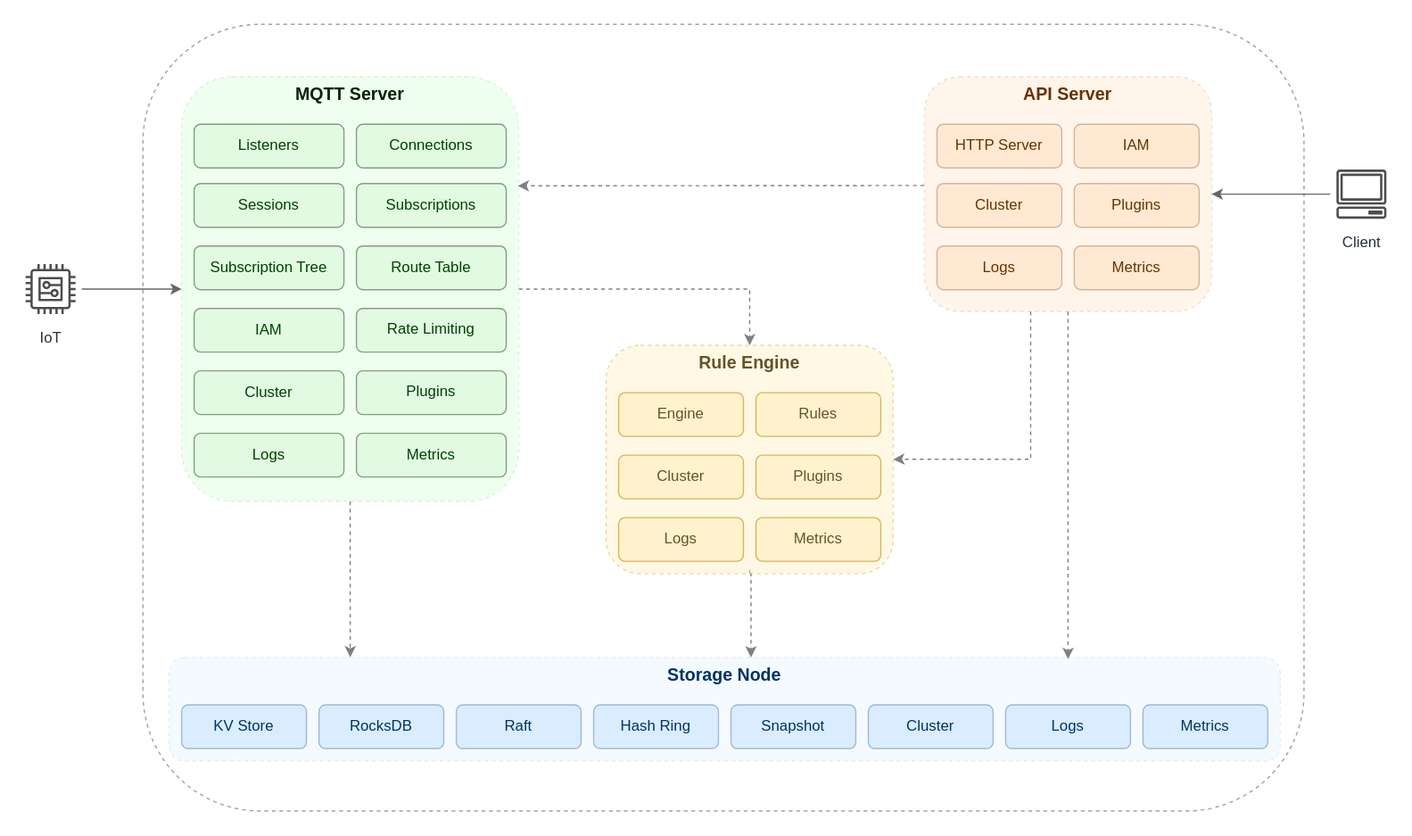
gsalomao/maxmq keeps this draw.io diagram as docs/assets/architecture.svg. Above is the earlier version. Source tidied: cells renumbered, new cells last; positions are measured from the earlier drawing's top-left corner, leaving out a move shared by most shapes.
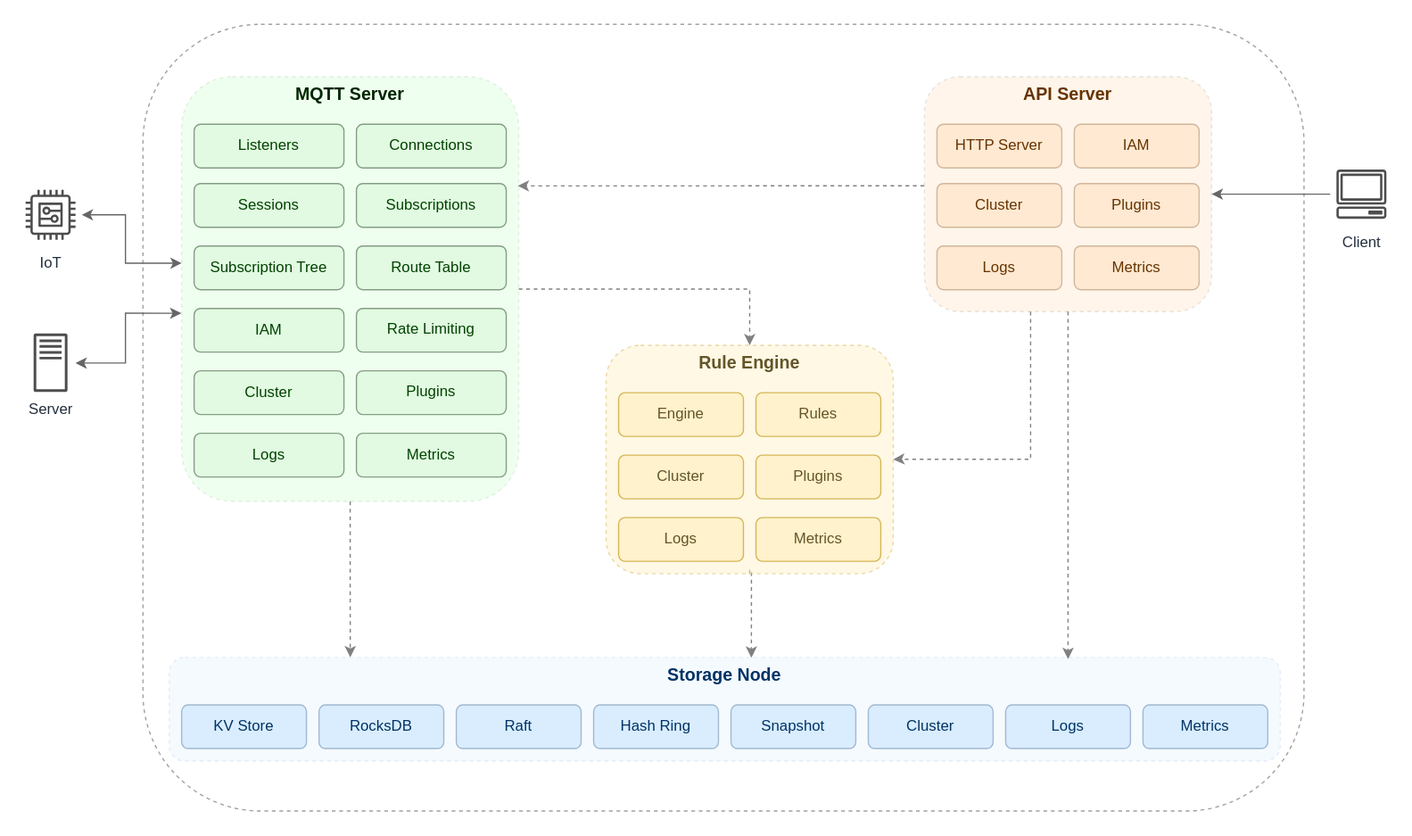
The same file after the commit.

Change to the diagram source:
```diff
@@ -6,7 +6,7 @@
       <mxGeometry width="1130" height="667.5" as="geometry" />
     </mxCell>
     <mxCell id="3" value="IoT" style="sketch=0;outlineConnect=0;fontColor=#232F3E;gradientColor=none;strokeColor=#4D4D4D;fillColor=default;dashed=0;verticalLabelPosition=bottom;verticalAlign=top;align=center;html=1;fontSize=12;fontStyle=0;shape=mxgraph.aws4.resourceIcon;resIcon=mxgraph.aws4.generic;" parent="1" vertex="1">
-      <mxGeometry x="15" y="205.8" width="50" height="50" as="geometry" />
+      <mxGeometry x="15" y="146.2" width="50" height="50" as="geometry" />
     </mxCell>
     <mxCell id="4" value="Client" style="sketch=0;outlineConnect=0;fontColor=#232F3E;gradientColor=none;strokeColor=#4D4D4D;fillColor=default;dashed=0;verticalLabelPosition=bottom;verticalAlign=top;align=center;html=1;fontSize=12;fontStyle=0;shape=mxgraph.aws4.resourceIcon;resIcon=mxgraph.aws4.client;rounded=1;" parent="1" vertex="1">
       <mxGeometry x="1065" y="129.8" width="50" height="50" as="geometry" />
@@ -157,8 +157,15 @@
     <mxCell id="49" style="edgeStyle=orthogonalEdgeStyle;rounded=0;jettySize=auto;html=1;entryX=1;entryY=0.5;entryDx=0;entryDy=0;fontSize=8;fontColor=#454545;strokeColor=#666666;" parent="1" edge="1" source="4" target="12">
       <mxGeometry relative="1" as="geometry" />
     </mxCell>
-    <mxCell id="50" style="edgeStyle=orthogonalEdgeStyle;rounded=0;jettySize=auto;html=1;entryX=0;entryY=0.5;entryDx=0;entryDy=0;strokeColor=#666666;fontSize=8;fontColor=#002400;startArrow=none;startFill=0;" parent="1" edge="1" source="3" target="7">
-      <mxGeometry relative="1" as="geometry" />
+    <mxCell id="50" style="edgeStyle=orthogonalEdgeStyle;rounded=0;jettySize=auto;html=1;strokeColor=#666666;fontSize=8;fontColor=#002400;startArrow=classic;startFill=1;" parent="1" edge="1" source="3">
+      <mxGeometry relative="1" as="geometry">
+        <mxPoint x="145" y="210" as="targetPoint" />
+        <Array as="points">
+          <mxPoint x="100" y="171" />
+          <mxPoint x="100" y="210" />
+          <mxPoint x="145" y="210" />
+        </Array>
+      </mxGeometry>
     </mxCell>
     <mxCell id="51" value="Engine" style="rounded=1;whiteSpace=wrap;html=1;fillColor=#fff2cc;fontSize=12;strokeColor=#d6b656;fontColor=#635528;" parent="1" vertex="1">
       <mxGeometry x="495" y="313.8" width="100" height="35" as="geometry" />
@@ -173,5 +180,18 @@
         </Array>
       </mxGeometry>
     </mxCell>
+    <mxCell id="54" style="edgeStyle=orthogonalEdgeStyle;rounded=0;jettySize=auto;html=1;entryX=-0.001;entryY=0.557;entryDx=0;entryDy=0;strokeColor=#666666;startArrow=classic;startFill=1;entryPerimeter=0;" parent="1" edge="1" target="7">
+      <mxGeometry relative="1" as="geometry">
+        <mxPoint x="60" y="290" as="sourcePoint" />
+        <Array as="points">
+          <mxPoint x="100" y="290" />
+          <mxPoint x="100" y="250" />
+          <mxPoint x="145" y="250" />
+        </Array>
+      </mxGeometry>
+    </mxCell>
+    <mxCell id="55" value="Server" style="sketch=0;fontColor=#232F3E;gradientColor=none;fillColor=#4D4D4D;strokeColor=none;dashed=0;verticalLabelPosition=bottom;verticalAlign=top;align=center;html=1;fontSize=12;fontStyle=0;shape=mxgraph.aws4.traditional_server;" parent="1" vertex="1">
+      <mxGeometry x="26.4" y="266.2" width="27.1" height="47" as="geometry" />
+    </mxCell>
   </root>
 </mxGraphModel>
```
